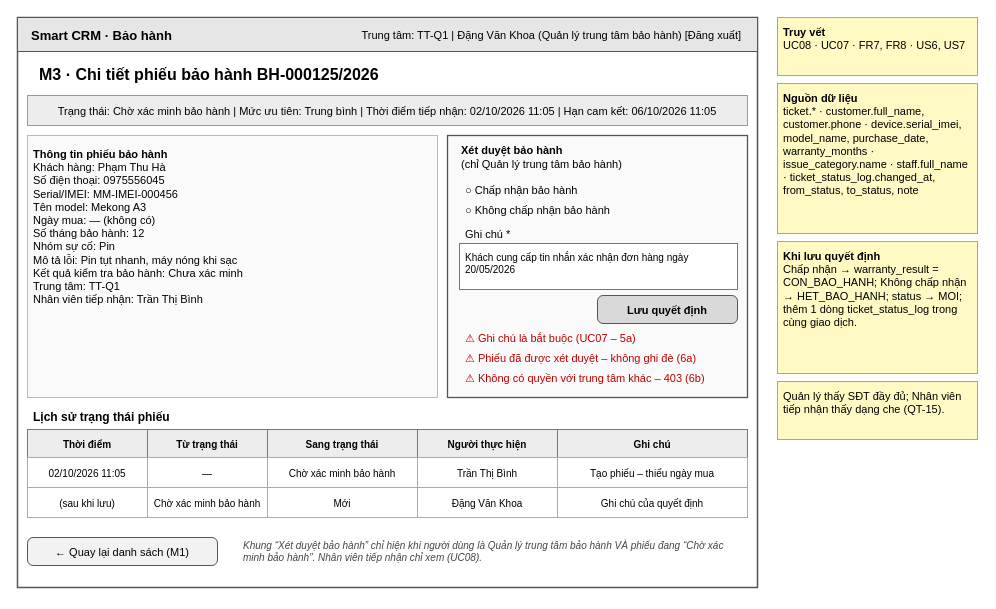
This is page "M3 – Chi tiết phiếu bảo hành" (3 of 3) of docs/wireframe.drawio from Htuan0901/cdtn1-nguyenhoangtuan-l2, a draw.io file, before an edit. Source tidied: cells renumbered, new cells numbered last; positions are measured from the earlier drawing's top-left corner, leaving out a move shared by most shapes. Both pictures are drawn from the tidied source at 100%, with x=0, y=0 at pixel (17, 17).
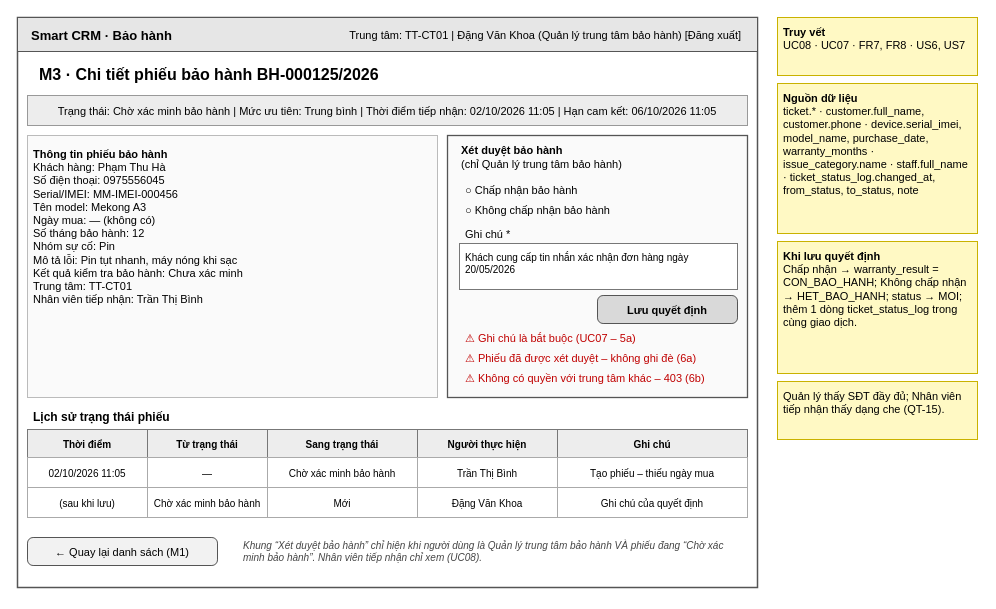
The same page after the edit.

What changed in the source:
```diff
@@
-    <mxCell id="5" value="Trung tâm: TT-Q1  |  Đặng Văn Khoa (Quản lý trung tâm bảo hành)  [Đăng xuất]" style="whiteSpace=wrap;html=1;rounded=0;fillColor=none;strokeColor=none;strokeWidth=1;fontSize=11;fontFamily=Helvetica;fontColor=#000000;fontStyle=0;align=right;verticalAlign=middle;spacingLeft=4;spacingRight=4;spacingTop=2;" parent="1" vertex="1">
+    <mxCell id="5" value="Trung tâm: TT-CT01  |  Đặng Văn Khoa (Quản lý trung tâm bảo hành)  [Đăng xuất]" style="whiteSpace=wrap;html=1;rounded=0;fillColor=none;strokeColor=none;strokeWidth=1;fontSize=11;fontFamily=Helvetica;fontColor=#000000;fontStyle=0;align=right;verticalAlign=middle;spacingLeft=4;spacingRight=4;spacingTop=2;" parent="1" vertex="1">
       <mxGeometry x="310" y="2" width="420" height="30" as="geometry" />
     </mxCell>
@@
-    <mxCell id="8" value="&lt;b&gt;Thông tin phiếu bảo hành&lt;/b&gt;&lt;br&gt;Khách hàng: Phạm Thu Hà&lt;br&gt;Số điện thoại: 0975556045&lt;br&gt;Serial/IMEI: MM-IMEI-000456&lt;br&gt;Tên model: Mekong A3&lt;br&gt;Ngày mua: — (không có)&lt;br&gt;Số tháng bảo hành: 12&lt;br&gt;Nhóm sự cố: Pin&lt;br&gt;Mô tả lỗi: Pin tụt nhanh, máy nóng khi sạc&lt;br&gt;Kết quả kiểm tra bảo hành: Chưa xác minh&lt;br&gt;Trung tâm: TT-Q1&lt;br&gt;Nhân viên tiếp nhận: Trần Thị Bình" style="whiteSpace=wrap;html=1;rounded=0;fillColor=#FAFAFA;strokeColor=#BBBBBB;strokeWidth=1;fontSize=11;fontFamily=Helvetica;fontColor=#000000;fontStyle=0;align=left;verticalAlign=top;spacingLeft=4;spacingRight=4;spacingTop=6;" parent="1" vertex="1">
+    <mxCell id="8" value="&lt;b&gt;Thông tin phiếu bảo hành&lt;/b&gt;&lt;br&gt;Khách hàng: Phạm Thu Hà&lt;br&gt;Số điện thoại: 0975556045&lt;br&gt;Serial/IMEI: MM-IMEI-000456&lt;br&gt;Tên model: Mekong A3&lt;br&gt;Ngày mua: — (không có)&lt;br&gt;Số tháng bảo hành: 12&lt;br&gt;Nhóm sự cố: Pin&lt;br&gt;Mô tả lỗi: Pin tụt nhanh, máy nóng khi sạc&lt;br&gt;Kết quả kiểm tra bảo hành: Chưa xác minh&lt;br&gt;Trung tâm: TT-CT01&lt;br&gt;Nhân viên tiếp nhận: Trần Thị Bình" style="whiteSpace=wrap;html=1;rounded=0;fillColor=#FAFAFA;strokeColor=#BBBBBB;strokeWidth=1;fontSize=11;fontFamily=Helvetica;fontColor=#000000;fontStyle=0;align=left;verticalAlign=top;spacingLeft=4;spacingRight=4;spacingTop=6;" parent="1" vertex="1">
       <mxGeometry x="10" y="118" width="410" height="262" as="geometry" />
     </mxCell>
```
